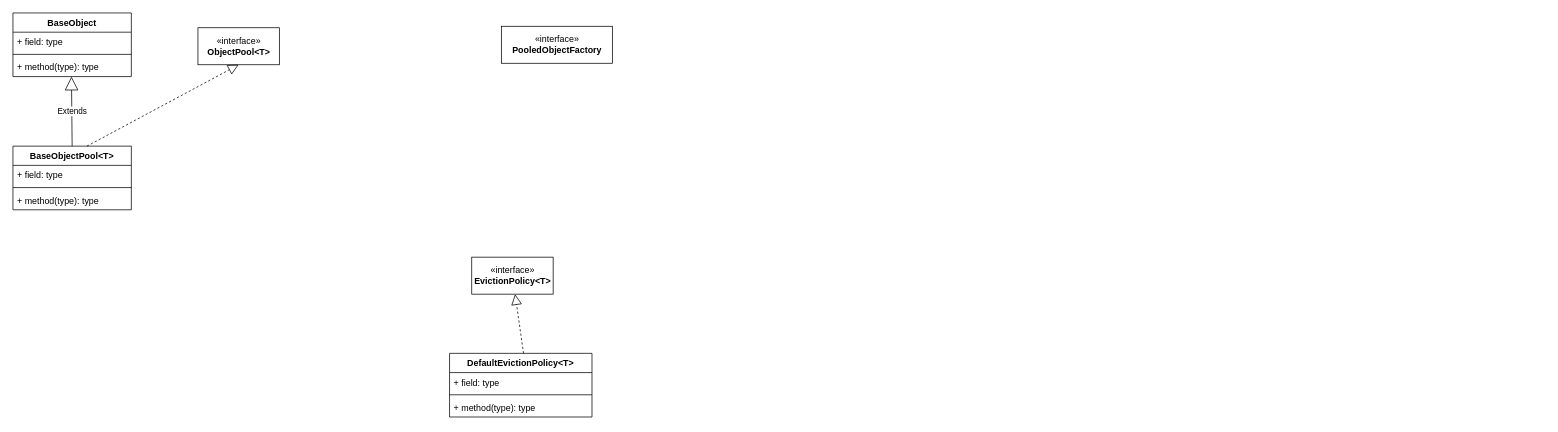
tadsimons/draw keeps this draw.io diagram as commons/commons-pool.drawio. Above is the earlier version. Source tidied: cells renumbered, new cells numbered last; positions are measured from the earlier drawing's top-left corner, leaving out a move shared by most shapes. Both pictures are drawn from the tidied source at 74%, with x=0, y=0 at pixel (13, 13).
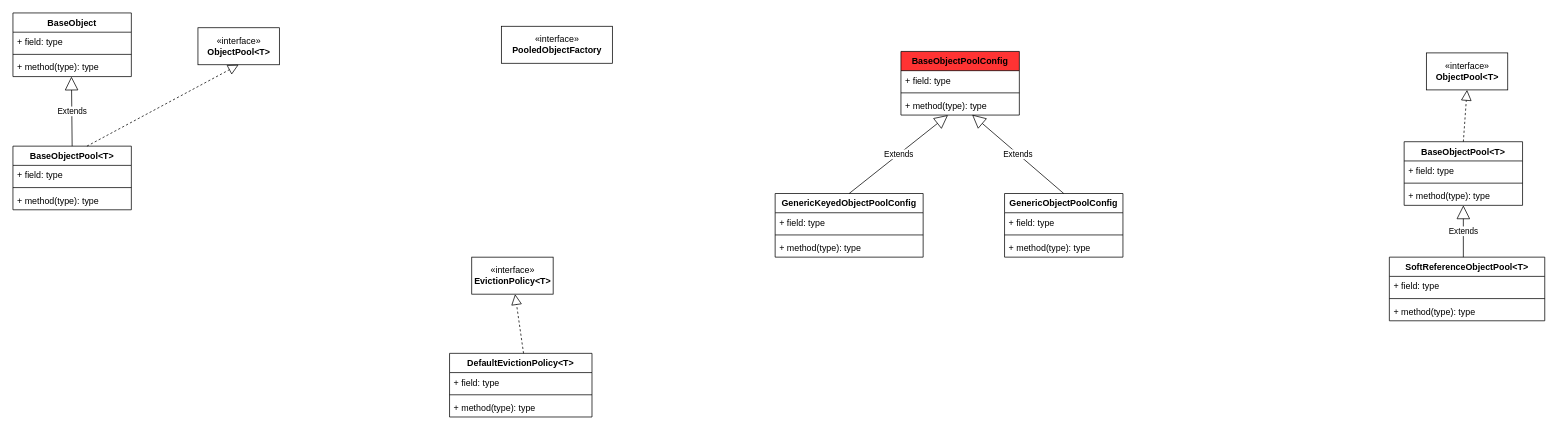
After the change.

The edit, as a diff of the source:
```diff
@@
+    <mxCell id="20" value="BaseObjectPoolConfig" style="swimlane;fontStyle=1;align=center;verticalAlign=top;horizontal=1;startSize=26;fillColor=#FF3333;" parent="1" vertex="1">
+      <mxGeometry x="1200" y="52" width="160" height="86" as="geometry" />
+    </mxCell>
+    <mxCell id="21" value="+ field: type" style="text;strokeColor=none;fillColor=none;align=left;verticalAlign=top;spacingLeft=4;spacingRight=4;overflow=hidden;" parent="20" vertex="1">
+      <mxGeometry y="26" width="160" height="26" as="geometry" />
+    </mxCell>
+    <mxCell id="22" style="line;strokeWidth=1;fillColor=none;align=left;verticalAlign=middle;spacingTop=-1;spacingLeft=3;spacingRight=3;labelPosition=right;" parent="20" vertex="1">
+      <mxGeometry y="52" width="160" height="8" as="geometry" />
+    </mxCell>
+    <mxCell id="23" value="+ method(type): type" style="text;strokeColor=none;fillColor=none;align=left;verticalAlign=top;spacingLeft=4;spacingRight=4;overflow=hidden;points=[[0,0.5],[1,0.5]];portConstraint=eastwest;" parent="20" vertex="1">
+      <mxGeometry y="60" width="160" height="26" as="geometry" />
+    </mxCell>
+    <mxCell id="24" value="GenericKeyedObjectPoolConfig" style="swimlane;fontStyle=1;align=center;verticalAlign=top;horizontal=1;startSize=26;fillColor=#FFFFFF;" parent="1" vertex="1">
+      <mxGeometry x="1030" y="244" width="200" height="86" as="geometry" />
+    </mxCell>
+    <mxCell id="25" value="Extends" style="endArrow=block;endSize=16;endFill=0;html=1;" parent="24" edge="1" target="23">
+      <mxGeometry relative="1" as="geometry">
+        <mxPoint x="100" as="sourcePoint" />
+      </mxGeometry>
+    </mxCell>
+    <mxCell id="26" value="+ field: type" style="text;strokeColor=none;fillColor=none;align=left;verticalAlign=top;spacingLeft=4;spacingRight=4;overflow=hidden;" parent="24" vertex="1">
+      <mxGeometry y="26" width="200" height="26" as="geometry" />
+    </mxCell>
+    <mxCell id="27" style="line;strokeWidth=1;fillColor=none;align=left;verticalAlign=middle;spacingTop=-1;spacingLeft=3;spacingRight=3;labelPosition=right;" parent="24" vertex="1">
+      <mxGeometry y="52" width="200" height="8" as="geometry" />
+    </mxCell>
+    <mxCell id="28" value="+ method(type): type" style="text;strokeColor=none;fillColor=none;align=left;verticalAlign=top;spacingLeft=4;spacingRight=4;overflow=hidden;" parent="24" vertex="1">
+      <mxGeometry y="60" width="200" height="26" as="geometry" />
+    </mxCell>
+    <mxCell id="29" value="GenericObjectPoolConfig" style="swimlane;fontStyle=1;align=center;verticalAlign=top;horizontal=1;startSize=26;fillColor=#FFFFFF;" parent="1" vertex="1">
+      <mxGeometry x="1340" y="244" width="160" height="86" as="geometry" />
+    </mxCell>
+    <mxCell id="30" value="+ field: type" style="text;strokeColor=none;fillColor=none;align=left;verticalAlign=top;spacingLeft=4;spacingRight=4;overflow=hidden;" parent="29" vertex="1">
+      <mxGeometry y="26" width="160" height="26" as="geometry" />
+    </mxCell>
+    <mxCell id="31" style="line;strokeWidth=1;fillColor=none;align=left;verticalAlign=middle;spacingTop=-1;spacingLeft=3;spacingRight=3;labelPosition=right;" parent="29" vertex="1">
+      <mxGeometry y="52" width="160" height="8" as="geometry" />
+    </mxCell>
+    <mxCell id="32" value="+ method(type): type" style="text;strokeColor=none;fillColor=none;align=left;verticalAlign=top;spacingLeft=4;spacingRight=4;overflow=hidden;" parent="29" vertex="1">
+      <mxGeometry y="60" width="160" height="26" as="geometry" />
+    </mxCell>
+    <mxCell id="33" value="Extends" style="endArrow=block;endSize=16;endFill=0;html=1;entryX=0.601;entryY=0.981;entryDx=0;entryDy=0;entryPerimeter=0;exitX=0.5;exitY=0;exitDx=0;exitDy=0;" parent="1" edge="1" source="29" target="23">
+      <mxGeometry relative="1" as="geometry" />
+    </mxCell>
+    <mxCell id="34" value="«interface»&lt;br&gt;&lt;b&gt;ObjectPool&amp;lt;T&amp;gt;&lt;/b&gt;" style="html=1;fillColor=#FFFFFF;" parent="1" vertex="1">
+      <mxGeometry x="1910" y="54" width="110" height="50" as="geometry" />
+    </mxCell>
+    <mxCell id="35" value="BaseObjectPool&lt;T&gt;" style="swimlane;fontStyle=1;align=center;verticalAlign=top;horizontal=1;startSize=26;fillColor=#FFFFFF;" parent="1" vertex="1">
+      <mxGeometry x="1880" y="174" width="160" height="86" as="geometry" />
+    </mxCell>
+    <mxCell id="36" value="+ field: type" style="text;strokeColor=none;fillColor=none;align=left;verticalAlign=top;spacingLeft=4;spacingRight=4;overflow=hidden;" parent="35" vertex="1">
+      <mxGeometry y="26" width="160" height="26" as="geometry" />
+    </mxCell>
+    <mxCell id="37" style="line;strokeWidth=1;fillColor=none;align=left;verticalAlign=middle;spacingTop=-1;spacingLeft=3;spacingRight=3;labelPosition=right;" parent="35" vertex="1">
+      <mxGeometry y="52" width="160" height="8" as="geometry" />
+    </mxCell>
+    <mxCell id="38" value="+ method(type): type" style="text;strokeColor=none;fillColor=none;align=left;verticalAlign=top;spacingLeft=4;spacingRight=4;overflow=hidden;points=[[0,0.5],[1,0.5]];portConstraint=eastwest;" parent="35" vertex="1">
+      <mxGeometry y="60" width="160" height="26" as="geometry" />
+    </mxCell>
+    <mxCell id="39" style="endArrow=block;dashed=1;endFill=0;endSize=12;html=1;entryX=0.5;entryY=1;entryDx=0;entryDy=0;exitX=0.5;exitY=0;exitDx=0;exitDy=0;" parent="1" edge="1" source="35" target="34">
+      <mxGeometry relative="1" as="geometry" />
+    </mxCell>
+    <mxCell id="40" value="SoftReferenceObjectPool&lt;T&gt;" style="swimlane;fontStyle=1;align=center;verticalAlign=top;horizontal=1;startSize=26;fillColor=#FFFFFF;" parent="1" vertex="1">
+      <mxGeometry x="1860" y="330" width="210" height="86" as="geometry" />
+    </mxCell>
+    <mxCell id="41" value="Extends" style="endArrow=block;endSize=16;endFill=0;html=1;" parent="40" edge="1" target="38">
+      <mxGeometry relative="1" as="geometry">
+        <mxPoint x="100" as="sourcePoint" />
+      </mxGeometry>
+    </mxCell>
+    <mxCell id="42" value="+ field: type" style="text;strokeColor=none;fillColor=none;align=left;verticalAlign=top;spacingLeft=4;spacingRight=4;overflow=hidden;" parent="40" vertex="1">
+      <mxGeometry y="26" width="210" height="26" as="geometry" />
+    </mxCell>
+    <mxCell id="43" style="line;strokeWidth=1;fillColor=none;align=left;verticalAlign=middle;spacingTop=-1;spacingLeft=3;spacingRight=3;labelPosition=right;" parent="40" vertex="1">
+      <mxGeometry y="52" width="210" height="8" as="geometry" />
+    </mxCell>
+    <mxCell id="44" value="+ method(type): type" style="text;strokeColor=none;fillColor=none;align=left;verticalAlign=top;spacingLeft=4;spacingRight=4;overflow=hidden;" parent="40" vertex="1">
+      <mxGeometry y="60" width="210" height="26" as="geometry" />
+    </mxCell>
```
